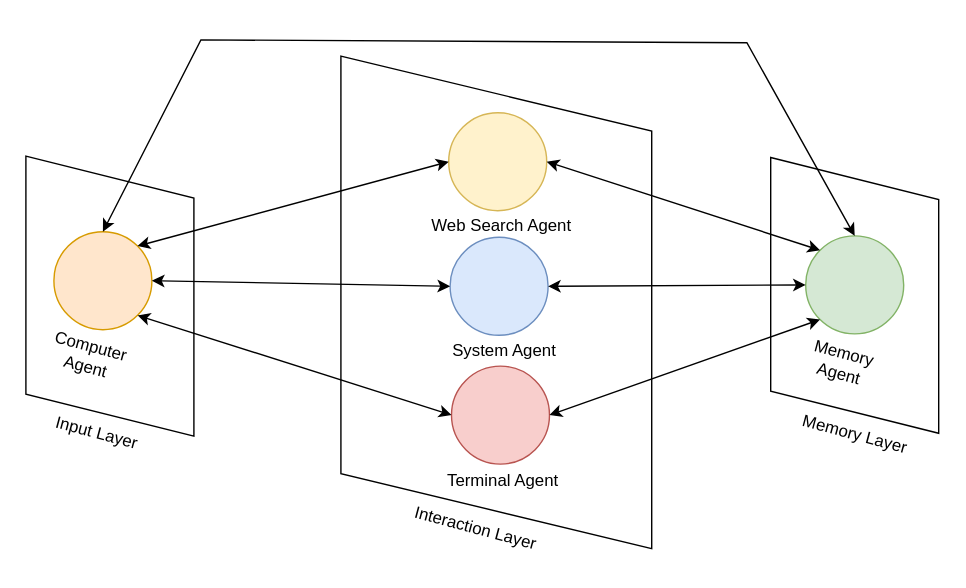
Before: docs/diagram.svg, a diagram exported from draw.io (zenitogr/Computer-Agent). Source tidied: cells renumbered, new cells last; positions are measured from the earlier drawing's top-left corner, leaving out a move shared by most shapes.
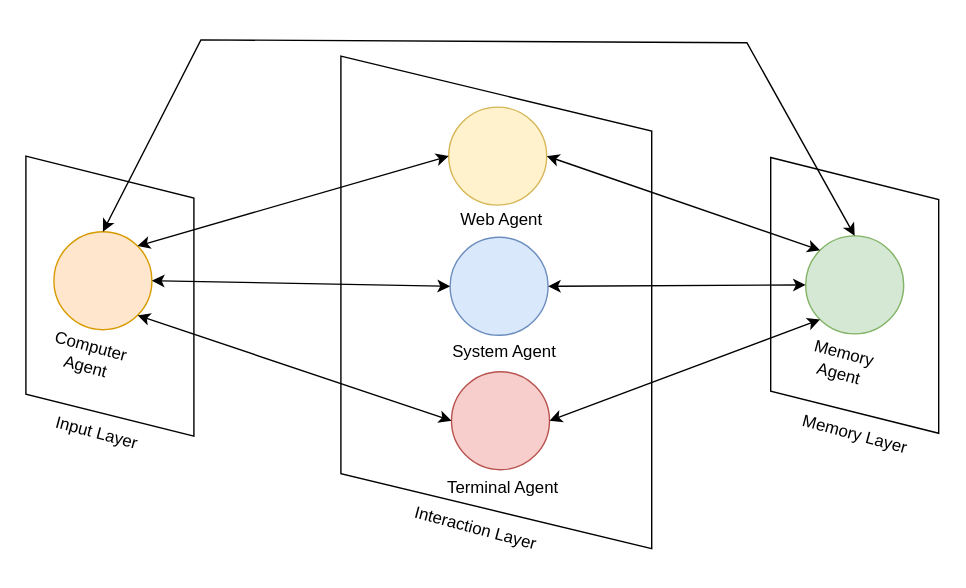
After the commit.

Diff of the diagram source:
```diff
@@ -15,13 +15,13 @@
       <mxGeometry x="200.1" y="104.5" width="351.8" height="222" as="geometry" />
     </mxCell>
     <mxCell id="6" style="ellipse;whiteSpace=wrap;html=1;fillColor=#fff2cc;strokeColor=#d6b656;" parent="1" vertex="1">
-      <mxGeometry x="342" y="80" width="70" height="70" as="geometry" />
+      <mxGeometry x="342" y="76" width="70" height="70" as="geometry" />
     </mxCell>
     <mxCell id="7" style="ellipse;whiteSpace=wrap;html=1;fillColor=#dae8fc;strokeColor=#6c8ebf;" parent="1" vertex="1">
       <mxGeometry x="343" y="169" width="70" height="70" as="geometry" />
     </mxCell>
     <mxCell id="8" style="ellipse;whiteSpace=wrap;html=1;fillColor=#f8cecc;strokeColor=#b85450;" parent="1" vertex="1">
-      <mxGeometry x="344" y="261" width="70" height="70" as="geometry" />
+      <mxGeometry x="344" y="265" width="70" height="70" as="geometry" />
     </mxCell>
     <mxCell id="9" style="shape=parallelogram;perimeter=parallelogramPerimeter;whiteSpace=wrap;html=1;fixedSize=1;size=30;rotation=90;" parent="1" vertex="1">
       <mxGeometry x="533.5" y="150.5" width="197" height="120" as="geometry" />
@@ -61,14 +61,14 @@
     <mxCell id="19" value="Memory Agent" style="text;html=1;align=center;verticalAlign=middle;whiteSpace=wrap;rounded=0;rotation=15;" parent="1" vertex="1">
       <mxGeometry x="593" y="244" width="60" height="30" as="geometry" />
     </mxCell>
-    <mxCell id="20" value="Web Search Agent" style="text;html=1;align=center;verticalAlign=middle;whiteSpace=wrap;rounded=0;rotation=0;" parent="1" vertex="1">
-      <mxGeometry x="325" y="146" width="110" height="30" as="geometry" />
+    <mxCell id="20" value="Web Agent" style="text;html=1;align=center;verticalAlign=middle;whiteSpace=wrap;rounded=0;rotation=0;" parent="1" vertex="1">
+      <mxGeometry x="325" y="142" width="110" height="30" as="geometry" />
     </mxCell>
     <mxCell id="21" value="System Agent" style="text;html=1;align=center;verticalAlign=middle;whiteSpace=wrap;rounded=0;rotation=0;" parent="1" vertex="1">
-      <mxGeometry x="327" y="235" width="110" height="30" as="geometry" />
+      <mxGeometry x="327" y="236" width="110" height="30" as="geometry" />
     </mxCell>
     <mxCell id="22" value="Terminal Agent" style="text;html=1;align=center;verticalAlign=middle;whiteSpace=wrap;rounded=0;rotation=0;" parent="1" vertex="1">
-      <mxGeometry x="326" y="328.1" width="110" height="30" as="geometry" />
+      <mxGeometry x="326" y="333.1" width="110" height="30" as="geometry" />
     </mxCell>
     <mxCell id="23" value="Input Layer" style="text;html=1;align=center;verticalAlign=middle;whiteSpace=wrap;rounded=0;rotation=15;" parent="1" vertex="1">
       <mxGeometry x="55" y="294" width="72" height="30" as="geometry" />
```
